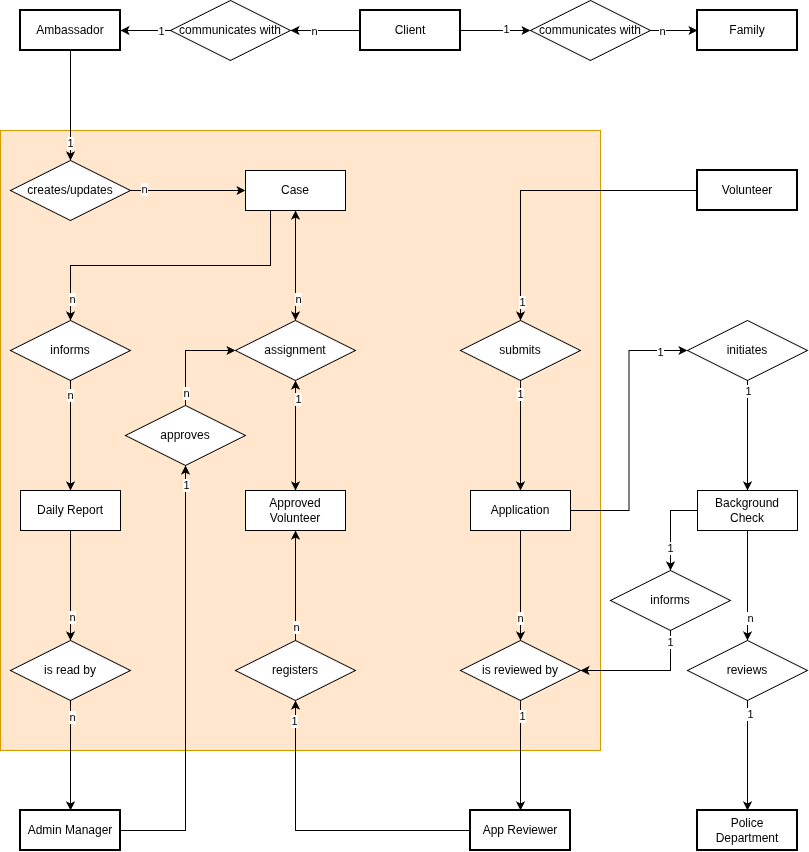
The draw.io diagram attachments/data_diagram.drawio.png in Bre-Cheese/Reqview, before a commit. Source tidied: cells renumbered, new cells last; positions are measured from the earlier drawing's top-left corner, leaving out a move shared by most shapes.
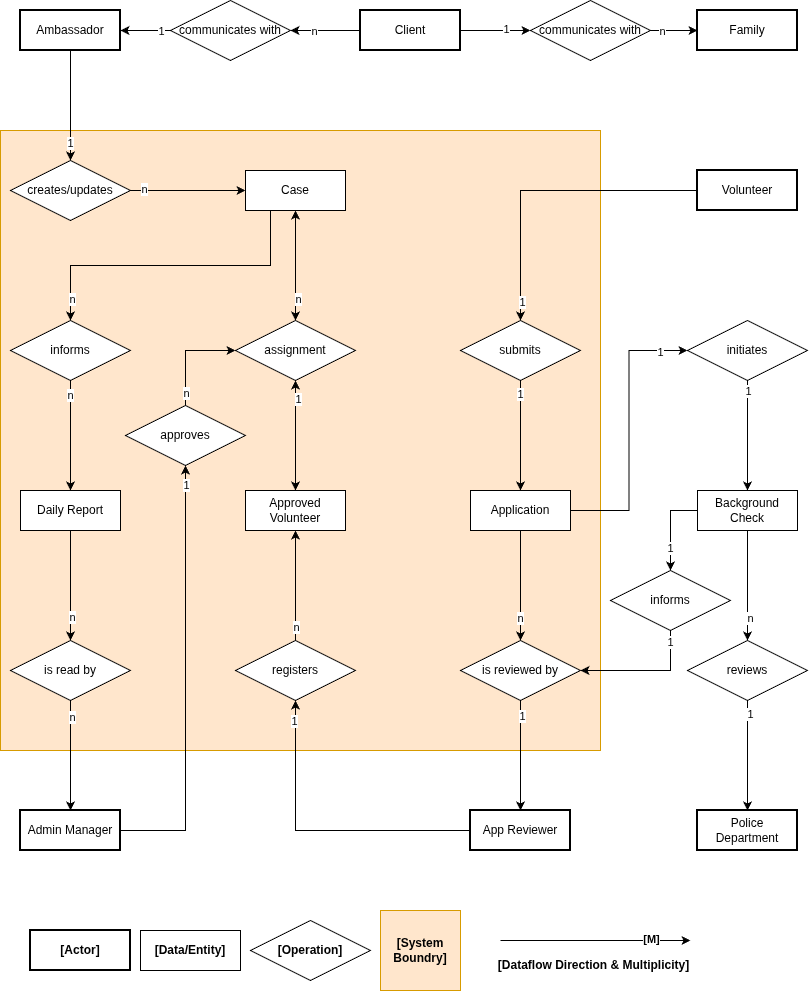
The same file after the commit.

Commit message:
added legend to erd

What changed in the source:
```diff
@@ -242,5 +242,31 @@
     <mxCell id="79" value="informs" style="shape=rhombus;perimeter=rhombusPerimeter;whiteSpace=wrap;html=1;align=center;" parent="1" vertex="1">
       <mxGeometry x="610" y="570" width="120" height="60" as="geometry" />
     </mxCell>
+    <mxCell id="80" value="&lt;b&gt;[Actor]&lt;/b&gt;" style="whiteSpace=wrap;html=1;align=center;strokeWidth=2;" parent="1" vertex="1">
+      <mxGeometry x="30" y="930" width="100" height="40" as="geometry" />
+    </mxCell>
+    <mxCell id="81" value="&lt;div&gt;&lt;b&gt;[Data/Entity]&lt;/b&gt;&lt;/div&gt;" style="whiteSpace=wrap;html=1;align=center;" parent="1" vertex="1">
+      <mxGeometry x="140" y="930" width="100" height="40" as="geometry" />
+    </mxCell>
+    <mxCell id="82" value="&lt;b&gt;[Operation]&lt;/b&gt;" style="shape=rhombus;perimeter=rhombusPerimeter;whiteSpace=wrap;html=1;align=center;" parent="1" vertex="1">
+      <mxGeometry x="250" y="920" width="120" height="60" as="geometry" />
+    </mxCell>
+    <mxCell id="83" value="&lt;b&gt;[System Boundry]&lt;/b&gt;" style="rounded=0;whiteSpace=wrap;html=1;fillColor=#ffe6cc;strokeColor=#d79b00;" parent="1" vertex="1">
+      <mxGeometry x="380" y="910" width="80" height="80" as="geometry" />
+    </mxCell>
+    <mxCell id="84" style="edgeStyle=orthogonalEdgeStyle;shape=connector;rounded=0;orthogonalLoop=1;jettySize=auto;html=1;exitX=1;exitY=0.5;exitDx=0;exitDy=0;strokeColor=default;align=center;verticalAlign=middle;fontFamily=Helvetica;fontSize=11;fontColor=default;labelBackgroundColor=default;endArrow=classic;endFill=1;" parent="1" edge="1">
+      <mxGeometry relative="1" as="geometry">
+        <mxPoint x="500" y="940" as="sourcePoint" />
+        <mxPoint x="690" y="940" as="targetPoint" />
+      </mxGeometry>
+    </mxCell>
+    <mxCell id="85" value="&lt;b&gt;[M]&lt;/b&gt;" style="edgeLabel;html=1;align=center;verticalAlign=middle;fontStyle=0;" parent="84" vertex="1">
+      <mxGeometry x="0.29" y="2" relative="1" as="geometry">
+        <mxPoint x="28" as="offset" />
+      </mxGeometry>
+    </mxCell>
+    <mxCell id="86" value="&lt;b&gt;[Dataflow Direction &amp;amp; Multiplicity]&lt;/b&gt;" style="text;html=1;whiteSpace=wrap;strokeColor=none;fillColor=none;align=center;verticalAlign=middle;rounded=0;" parent="1" vertex="1">
+      <mxGeometry x="490" y="950" width="207" height="30" as="geometry" />
+    </mxCell>
   </root>
 </mxGraphModel>
```
